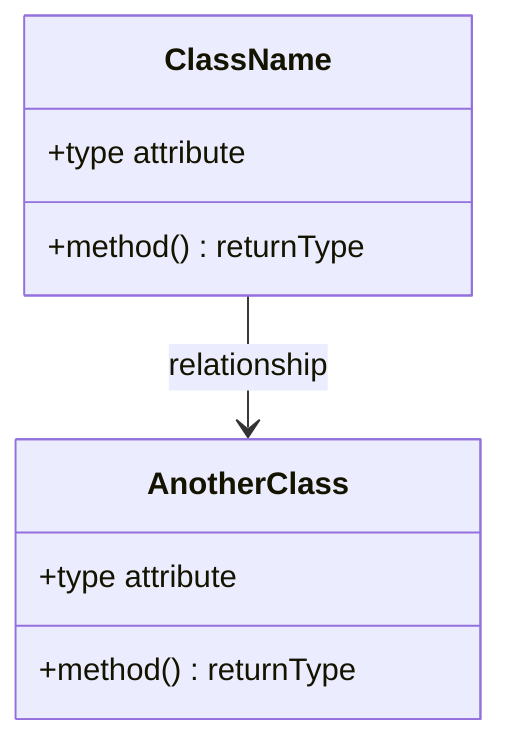
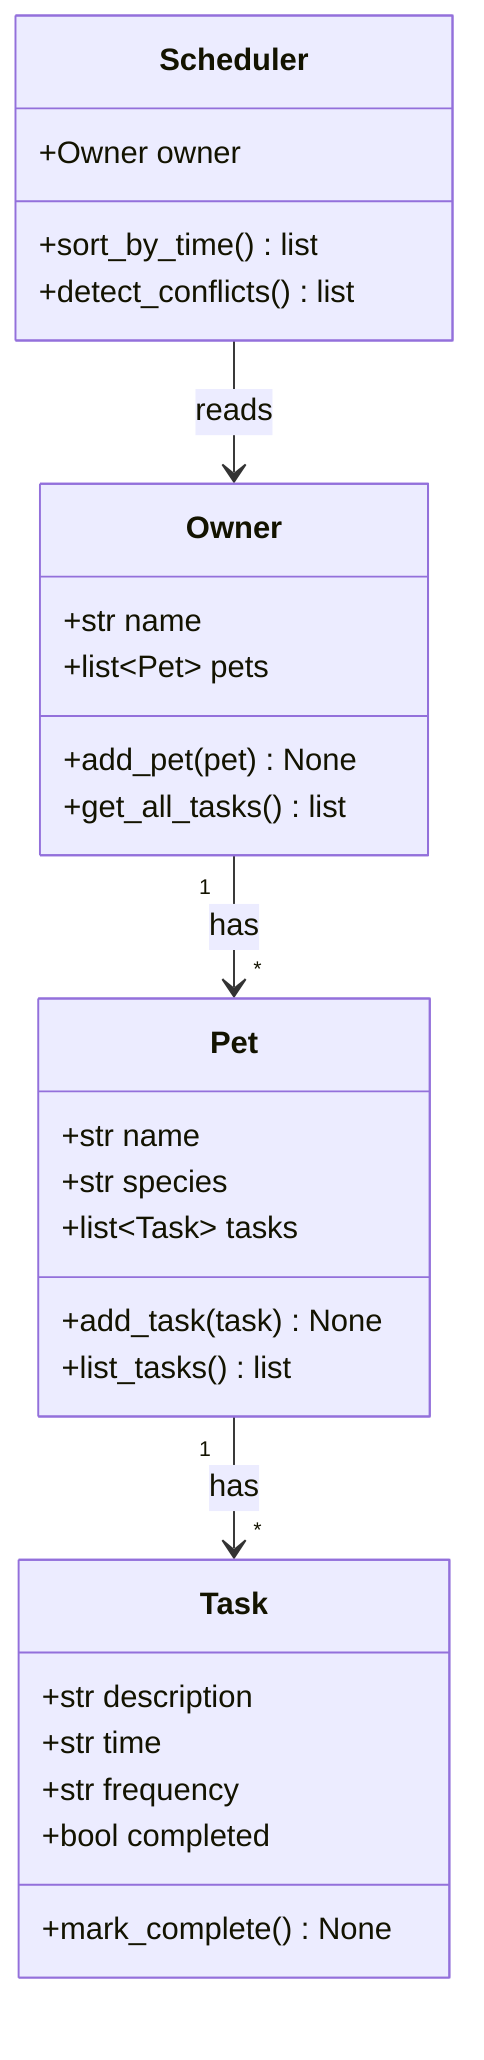
classDiagram
-     %% Replace the placeholders below with your actual classes, attributes, methods, and relationships.
-     %% Keep this file updated so it matches your final implementation.
- 
-     class ClassName {
-         +type attribute
-         +method() returnType
+     class Task {
+         +str description
+         +str time
+         +str frequency
+         +bool completed
+         +mark_complete() None
    }

-     class AnotherClass {
-         +type attribute
-         +method() returnType
+     class Pet {
+         +str name
+         +str species
+         +list~Task~ tasks
+         +add_task(task) None
+         +list_tasks() list
    }

-     ClassName --> AnotherClass : relationship
+     class Owner {
+         +str name
+         +list~Pet~ pets
+         +add_pet(pet) None
+         +get_all_tasks() list
+     }
+ 
+     class Scheduler {
+         +Owner owner
+         +sort_by_time() list
+         +detect_conflicts() list
+     }
+ 
+     Owner "1" --> "*" Pet : has
+     Pet "1" --> "*" Task : has
+     Scheduler --> Owner : reads